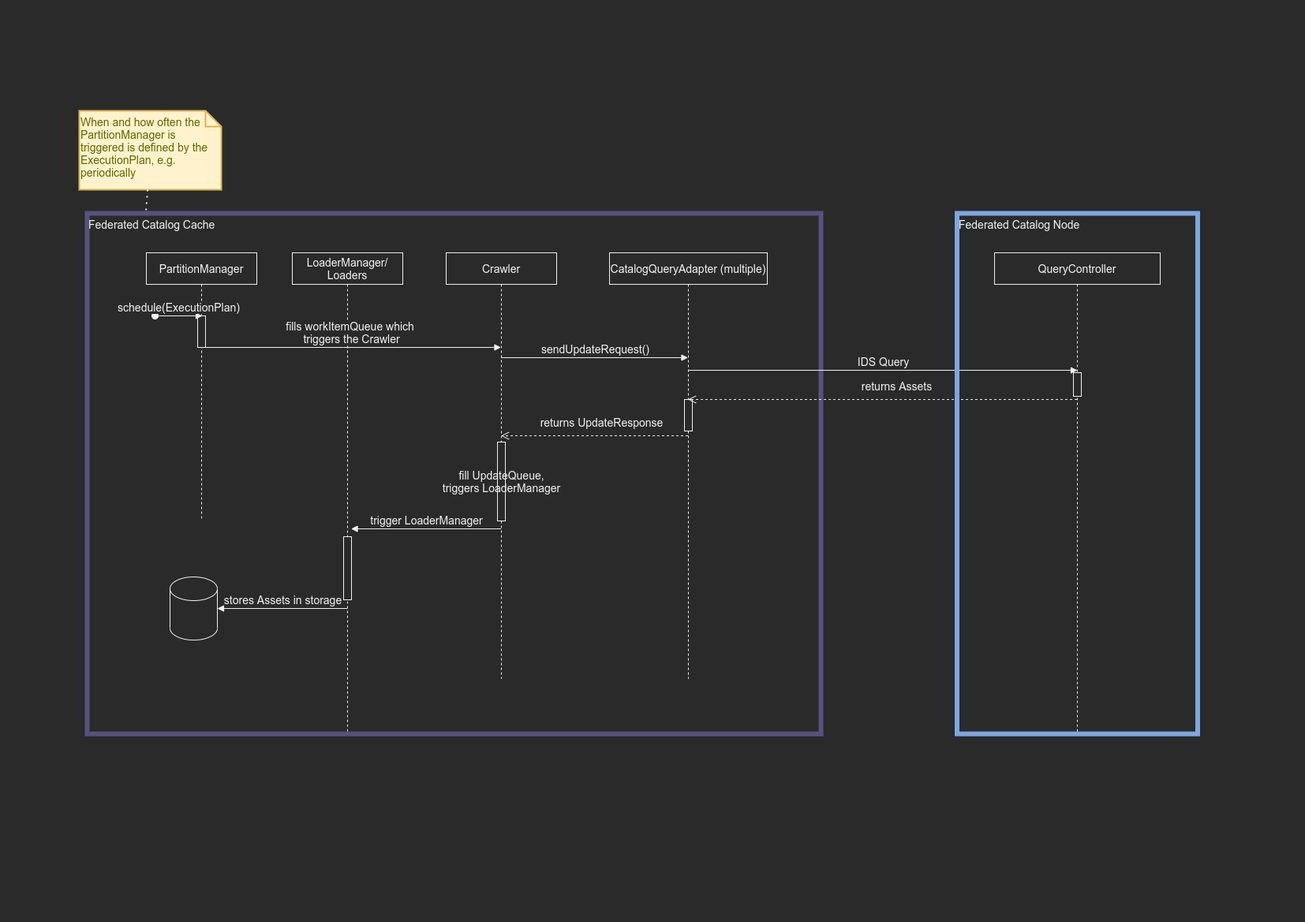
Before: extensions/catalog/docs/FCC_Sequence.drawio.png, a diagram exported from draw.io (eclipse-edc/Connector). Source tidied: cells renumbered, new cells last; positions are measured from the earlier drawing's top-left corner, leaving out a move shared by most shapes.
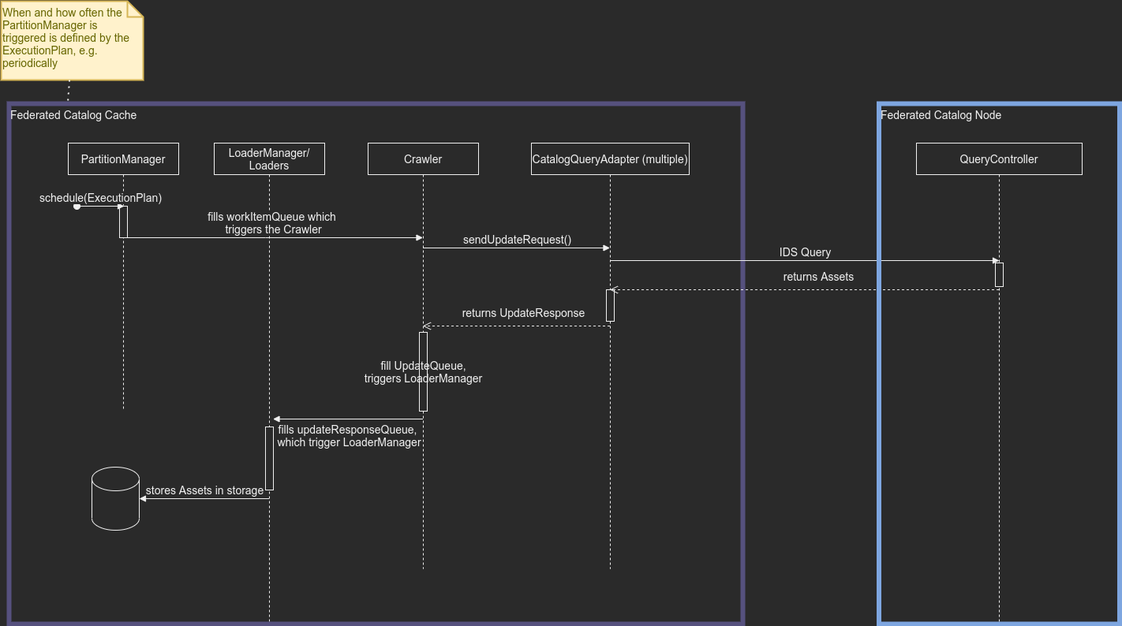
After the commit.

Commit message:
updated sequence diagram

What changed in the source:
```diff
@@ -73,8 +73,8 @@
         <mxPoint x="534.5" y="412" as="targetPoint" />
       </mxGeometry>
     </mxCell>
-    <mxCell id="19" value="trigger LoaderManager" style="html=1;verticalAlign=bottom;endArrow=block;rounded=0;" parent="1" edge="1">
-      <mxGeometry relative="1" as="geometry">
+    <mxCell id="19" value="fills updateResponseQueue, &lt;br&gt;which trigger LoaderManager" style="html=1;verticalAlign=bottom;endArrow=block;rounded=0;" parent="1" edge="1">
+      <mxGeometry x="-0.01" y="40" relative="1" as="geometry">
         <mxPoint x="534.5" y="530" as="sourcePoint" />
         <mxPoint x="344.5" y="530" as="targetPoint" />
       </mxGeometry>
```
